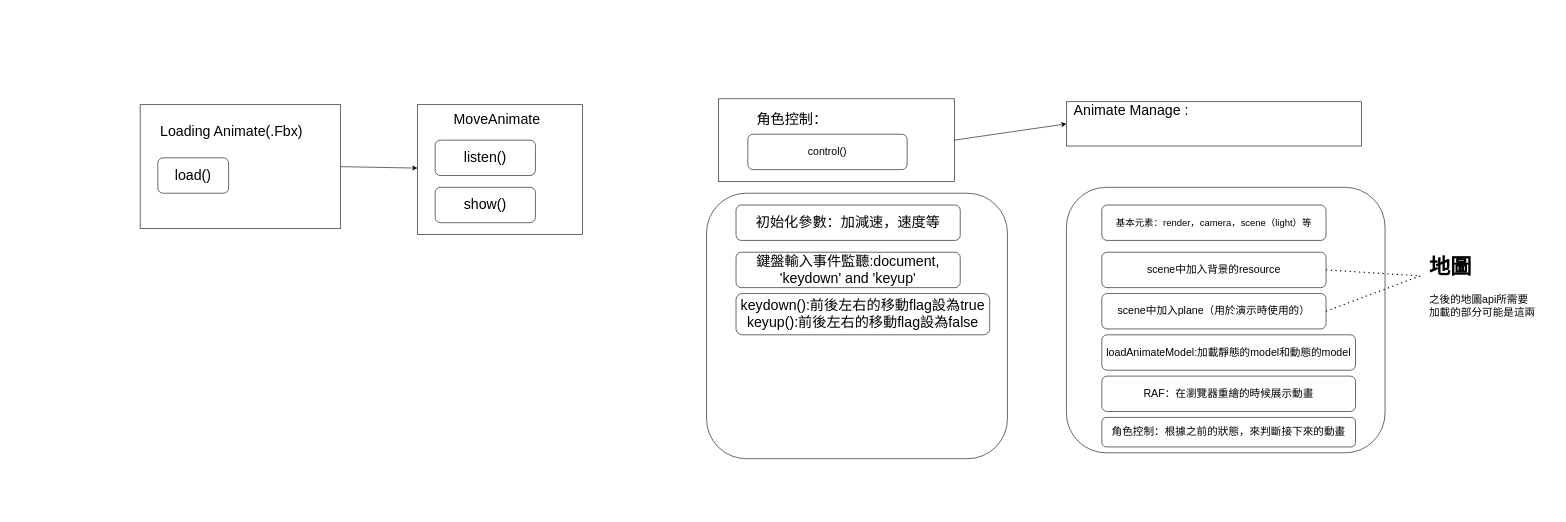
This is JsonLearning/animateAndMoveByKey.drawio from pengzhen80/PigeonRace, a draw.io file, before an edit. Source tidied: cells renumbered, new cells numbered last; positions are measured from the earlier drawing's top-left corner, leaving out a move shared by most shapes. Both pictures are drawn from the tidied source at 59%, with x=0, y=0 at pixel (140, 99).
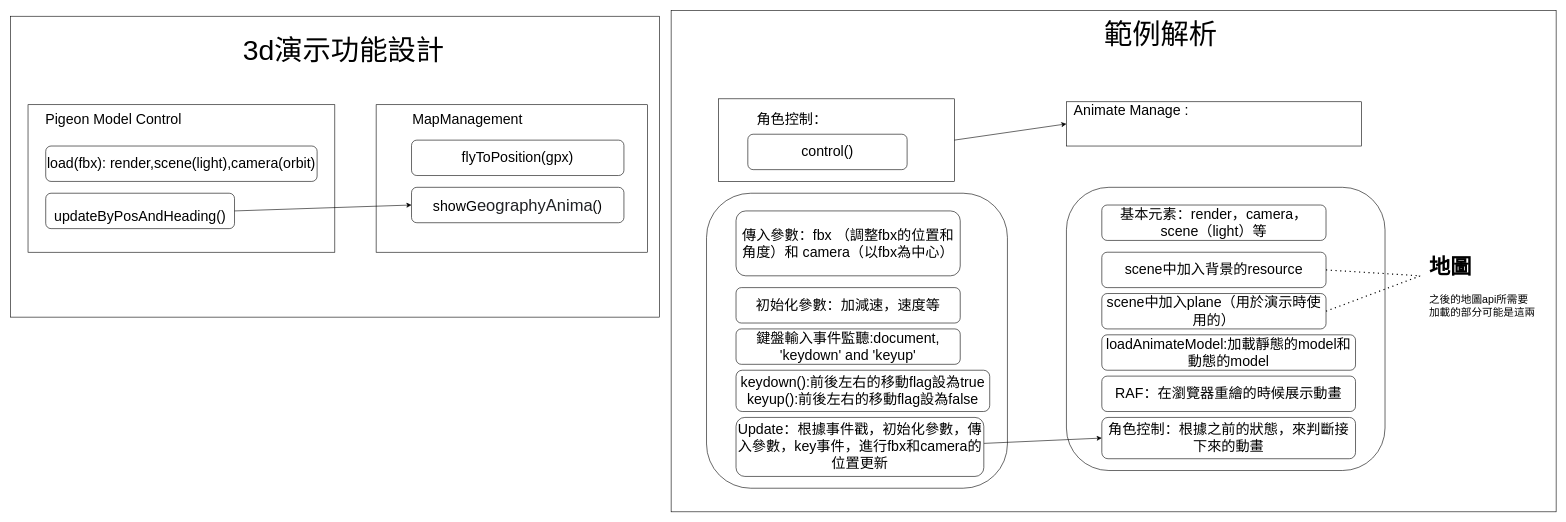
The same page after the edit.

The edit, as a diff of the source:
```diff
@@
+    <mxCell id="30" style="rounded=0;whiteSpace=wrap;html=1;fontSize=24;" parent="1" vertex="1">
+      <mxGeometry x="-220" y="-140" width="1100" height="510" as="geometry" />
+    </mxCell>
+    <mxCell id="31" style="rounded=0;whiteSpace=wrap;html=1;fontSize=24;" parent="1" vertex="1">
+      <mxGeometry x="900" y="-150" width="1500" height="850" as="geometry" />
+    </mxCell>
     <mxCell id="2" style="rounded=0;whiteSpace=wrap;html=1;" parent="1" vertex="1">
-      <mxGeometry y="10" width="340" height="210" as="geometry" />
+      <mxGeometry x="-190" y="10" width="520" height="250" as="geometry" />
     </mxCell>
-    <mxCell id="3" value="&lt;font style=&quot;font-size: 24px&quot;&gt;Loading Animate(.Fbx)&lt;/font&gt;" style="text;html=1;strokeColor=none;fillColor=none;align=center;verticalAlign=middle;whiteSpace=wrap;rounded=0;" parent="1" vertex="1">
-      <mxGeometry x="20" y="30" width="270" height="50" as="geometry" />
+    <mxCell id="3" value="&lt;span style=&quot;font-size: 24px&quot;&gt;Pigeon Model Control&lt;/span&gt;" style="text;html=1;strokeColor=none;fillColor=none;align=center;verticalAlign=middle;whiteSpace=wrap;rounded=0;" parent="1" vertex="1">
+      <mxGeometry x="-180" y="10" width="270" height="50" as="geometry" />
     </mxCell>
     <mxCell id="4" style="rounded=0;whiteSpace=wrap;html=1;fontSize=24;" parent="1" vertex="1">
-      <mxGeometry x="470" y="10" width="280" height="220" as="geometry" />
+      <mxGeometry x="400" y="10" width="460" height="250" as="geometry" />
     </mxCell>
-    <mxCell id="5" value="&lt;font style=&quot;font-size: 24px&quot;&gt;MoveAnimate&lt;/font&gt;" style="text;html=1;strokeColor=none;fillColor=none;align=center;verticalAlign=middle;whiteSpace=wrap;rounded=0;" parent="1" vertex="1">
-      <mxGeometry x="470" y="10" width="270" height="50" as="geometry" />
+    <mxCell id="5" value="&lt;font style=&quot;font-size: 24px&quot;&gt;MapManagement&lt;/font&gt;" style="text;html=1;strokeColor=none;fillColor=none;align=center;verticalAlign=middle;whiteSpace=wrap;rounded=0;" parent="1" vertex="1">
+      <mxGeometry x="420" y="10" width="270" height="50" as="geometry" />
     </mxCell>
-    <mxCell id="6" style="endArrow=classic;html=1;rounded=0;fontSize=24;exitX=1;exitY=0.5;exitDx=0;exitDy=0;" parent="1" edge="1" source="2" target="4">
-      <mxGeometry relative="1" as="geometry" />
-    </mxCell>
-    <mxCell id="7" value="load()" style="rounded=1;whiteSpace=wrap;html=1;fontSize=24;" parent="1" vertex="1">
-      <mxGeometry x="30" y="100" width="120" height="60" as="geometry" />
+    <mxCell id="7" value="load(fbx): render,scene(light),camera(orbit)" style="rounded=1;whiteSpace=wrap;html=1;fontSize=24;" parent="1" vertex="1">
+      <mxGeometry x="-160" y="80" width="460" height="60" as="geometry" />
     </mxCell>
-    <mxCell id="8" value="listen()" style="rounded=1;whiteSpace=wrap;html=1;fontSize=24;" parent="1" vertex="1">
-      <mxGeometry x="500" y="70" width="170" height="60" as="geometry" />
+    <mxCell id="8" value="flyToPosition(gpx)" style="rounded=1;whiteSpace=wrap;html=1;fontSize=24;" parent="1" vertex="1">
+      <mxGeometry x="460" y="70" width="360" height="60" as="geometry" />
     </mxCell>
-    <mxCell id="9" value="show()" style="rounded=1;whiteSpace=wrap;html=1;fontSize=24;" parent="1" vertex="1">
-      <mxGeometry x="500" y="150" width="170" height="60" as="geometry" />
+    <mxCell id="9" value="showG&lt;span style=&quot;color: rgb(32 , 33 , 36) ; font-family: inherit ; font-size: 28px ; text-align: left&quot;&gt;eographyAnima&lt;/span&gt;&lt;span&gt;()&lt;/span&gt;" style="rounded=1;whiteSpace=wrap;html=1;fontSize=24;" parent="1" vertex="1">
+      <mxGeometry x="460" y="150" width="360" height="60" as="geometry" />
     </mxCell>
     <mxCell id="10" style="rounded=1;whiteSpace=wrap;html=1;" parent="1" vertex="1">
-      <mxGeometry x="1570" y="150" width="540" height="450" as="geometry" />
+      <mxGeometry x="1570" y="150" width="540" height="480" as="geometry" />
     </mxCell>
-    <mxCell id="11" value="&lt;font size=&quot;3&quot;&gt;基本元素：render，camera，scene（light）等&lt;/font&gt;" style="rounded=1;whiteSpace=wrap;html=1;" parent="1" vertex="1">
+    <mxCell id="11" value="&lt;font style=&quot;font-size: 24px&quot;&gt;基本元素：render，camera，scene（light）等&lt;/font&gt;" style="rounded=1;whiteSpace=wrap;html=1;" parent="1" vertex="1">
       <mxGeometry x="1630" y="180" width="380" height="60" as="geometry" />
     </mxCell>
-    <mxCell id="12" value="scene中加入背景的resource" style="rounded=1;whiteSpace=wrap;html=1;fontSize=18;" parent="1" vertex="1">
+    <mxCell id="12" value="&lt;font style=&quot;font-size: 24px&quot;&gt;scene中加入背景的resource&lt;/font&gt;" style="rounded=1;whiteSpace=wrap;html=1;fontSize=18;" parent="1" vertex="1">
       <mxGeometry x="1630" y="260" width="380" height="60" as="geometry" />
     </mxCell>
-    <mxCell id="13" value="scene中加入plane（用於演示時使用的）" style="rounded=1;whiteSpace=wrap;html=1;fontSize=18;" parent="1" vertex="1">
+    <mxCell id="13" value="&lt;font style=&quot;font-size: 24px&quot;&gt;scene中加入plane（用於演示時使用的）&lt;/font&gt;" style="rounded=1;whiteSpace=wrap;html=1;fontSize=18;" parent="1" vertex="1">
       <mxGeometry x="1630" y="330" width="380" height="60" as="geometry" />
     </mxCell>
@@
-    <mxCell id="17" value="loadAnimateModel:加載靜態的model和動態的model" style="rounded=1;whiteSpace=wrap;html=1;fontSize=18;" parent="1" vertex="1">
+    <mxCell id="17" value="&lt;font style=&quot;font-size: 24px&quot;&gt;loadAnimateModel:加載靜態的model和動態的model&lt;/font&gt;" style="rounded=1;whiteSpace=wrap;html=1;fontSize=18;" parent="1" vertex="1">
       <mxGeometry x="1630" y="400" width="430" height="60" as="geometry" />
     </mxCell>
-    <mxCell id="18" value="RAF：在瀏覽器重繪的時候展示動畫" style="rounded=1;whiteSpace=wrap;html=1;fontSize=18;" parent="1" vertex="1">
+    <mxCell id="18" value="&lt;font style=&quot;font-size: 24px&quot;&gt;RAF：在瀏覽器重繪的時候展示動畫&lt;/font&gt;" style="rounded=1;whiteSpace=wrap;html=1;fontSize=18;" parent="1" vertex="1">
       <mxGeometry x="1630" y="470" width="430" height="60" as="geometry" />
     </mxCell>
-    <mxCell id="19" value="角色控制：根據之前的狀態，來判斷接下來的動畫" style="rounded=1;whiteSpace=wrap;html=1;fontSize=18;" parent="1" vertex="1">
-      <mxGeometry x="1630" y="540" width="430" height="50" as="geometry" />
+    <mxCell id="19" value="&lt;font style=&quot;font-size: 24px&quot;&gt;角色控制：根據之前的狀態，來判斷接下來的動畫&lt;/font&gt;" style="rounded=1;whiteSpace=wrap;html=1;fontSize=18;" parent="1" vertex="1">
+      <mxGeometry x="1630" y="540" width="430" height="70" as="geometry" />
     </mxCell>
@@
-    <mxCell id="22" value="control()" style="rounded=1;whiteSpace=wrap;html=1;fontSize=18;" parent="1" vertex="1">
+    <mxCell id="22" value="&lt;font style=&quot;font-size: 24px&quot;&gt;control()&lt;/font&gt;" style="rounded=1;whiteSpace=wrap;html=1;fontSize=18;" parent="1" vertex="1">
       <mxGeometry x="1030" y="60" width="270" height="60" as="geometry" />
     </mxCell>
@@
     <mxCell id="26" style="rounded=1;whiteSpace=wrap;html=1;fontSize=24;" parent="1" vertex="1">
-      <mxGeometry x="960" y="160" width="510" height="450" as="geometry" />
+      <mxGeometry x="960" y="160" width="510" height="500" as="geometry" />
     </mxCell>
     <mxCell id="27" value="初始化參數：加減速，速度等" style="rounded=1;whiteSpace=wrap;html=1;fontSize=24;" parent="1" vertex="1">
-      <mxGeometry x="1010" y="180" width="380" height="60" as="geometry" />
+      <mxGeometry x="1010" y="320" width="380" height="60" as="geometry" />
     </mxCell>
     <mxCell id="28" value="鍵盤輸入事件監聽:document, 'keydown' and 'keyup'" style="rounded=1;whiteSpace=wrap;html=1;fontSize=24;" parent="1" vertex="1">
-      <mxGeometry x="1010" y="260" width="380" height="60" as="geometry" />
+      <mxGeometry x="1010" y="390" width="380" height="60" as="geometry" />
     </mxCell>
     <mxCell id="29" value="keydown():前後左右的移動flag設為true&lt;br&gt;keyup():前後左右的移動flag設為false" style="rounded=1;whiteSpace=wrap;html=1;fontSize=24;" parent="1" vertex="1">
-      <mxGeometry x="1010" y="330" width="430" height="70" as="geometry" />
+      <mxGeometry x="1010" y="460" width="430" height="70" as="geometry" />
     </mxCell>
+    <mxCell id="32" value="&lt;font style=&quot;font-size: 24px&quot;&gt;傳入參數：fbx （調整fbx的位置和角度）和 camera（以fbx為中心）&lt;/font&gt;" style="rounded=1;whiteSpace=wrap;html=1;" parent="1" vertex="1">
+      <mxGeometry x="1010" y="190" width="380" height="110" as="geometry" />
+    </mxCell>
+    <mxCell id="33" value="Update：根據事件戳，初始化參數，傳入參數，key事件，進行fbx和camera的位置更新" style="rounded=1;whiteSpace=wrap;html=1;fontSize=24;" parent="1" vertex="1">
+      <mxGeometry x="1010" y="540" width="420" height="100" as="geometry" />
+    </mxCell>
+    <mxCell id="34" style="endArrow=classic;html=1;rounded=0;fontSize=24;exitX=1.001;exitY=0.44;exitDx=0;exitDy=0;exitPerimeter=0;entryX=0;entryY=0.5;entryDx=0;entryDy=0;" parent="1" edge="1" source="33" target="19">
+      <mxGeometry relative="1" as="geometry" />
+    </mxCell>
+    <mxCell id="35" value="&lt;font style=&quot;font-size: 48px&quot;&gt;範例解析&lt;/font&gt;" style="text;html=1;strokeColor=none;fillColor=none;align=center;verticalAlign=middle;whiteSpace=wrap;rounded=0;fontSize=24;" parent="1" vertex="1">
+      <mxGeometry x="1430" y="-140" width="600" height="60" as="geometry" />
+    </mxCell>
+    <mxCell id="36" value="&lt;font style=&quot;font-size: 24px&quot;&gt;updateByPosAndHeading()&lt;/font&gt;" style="rounded=1;whiteSpace=wrap;html=1;fontSize=48;" parent="1" vertex="1">
+      <mxGeometry x="-160" y="160" width="320" height="60" as="geometry" />
+    </mxCell>
+    <mxCell id="37" style="endArrow=classic;html=1;rounded=0;fontSize=24;exitX=1;exitY=0.5;exitDx=0;exitDy=0;entryX=0;entryY=0.5;entryDx=0;entryDy=0;" parent="1" edge="1" source="36" target="9">
+      <mxGeometry relative="1" as="geometry" />
+    </mxCell>
+    <mxCell id="38" value="&lt;font style=&quot;font-size: 48px&quot;&gt;3d演示功能設計&lt;/font&gt;" style="text;html=1;strokeColor=none;fillColor=none;align=center;verticalAlign=middle;whiteSpace=wrap;rounded=0;fontSize=24;" parent="1" vertex="1">
+      <mxGeometry x="130" y="-125" width="430" height="85" as="geometry" />
+    </mxCell>
```
